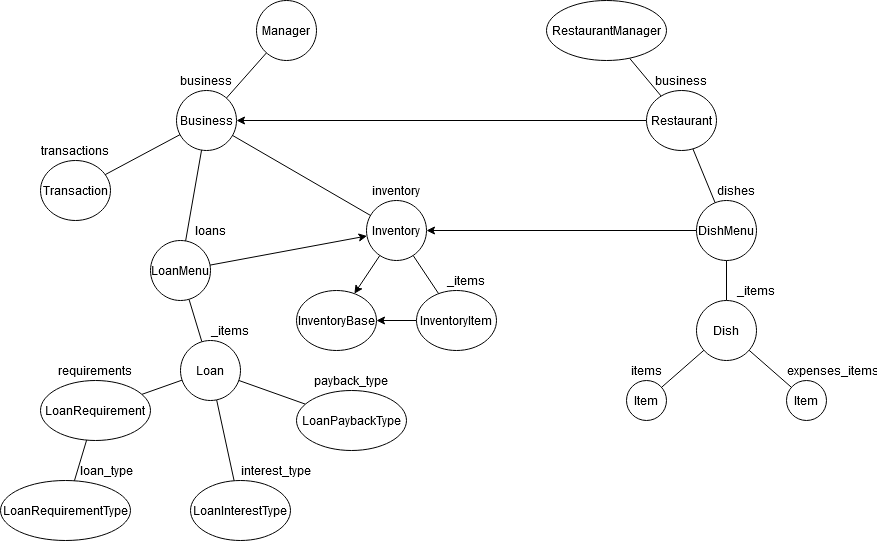
thegamecracks/spaghetto-restaurant-manager keeps this draw.io diagram as images/wiki/SpaghettoER.png. Above is the earlier version. Source tidied: cells renumbered, new cells last; positions are measured from the earlier drawing's top-left corner, leaving out a move shared by most shapes. The source it was exported from:
```xml
<mxGraphModel>
  <root>
    <mxCell id="0" />
    <mxCell id="1" parent="0" />
    <mxCell id="2" style="edgeStyle=none;rounded=0;jettySize=auto;html=1;endArrow=ERone;endFill=0;" parent="1" edge="1" source="3" target="7">
      <mxGeometry relative="1" as="geometry" />
    </mxCell>
    <mxCell id="3" value="Manager" style="ellipse;whiteSpace=wrap;html=1;" parent="1" vertex="1">
      <mxGeometry x="256" width="60" height="60" as="geometry" />
    </mxCell>
    <mxCell id="4" style="rounded=0;jettySize=auto;html=1;endArrow=ERone;endFill=0;" parent="1" edge="1" source="7" target="11">
      <mxGeometry relative="1" as="geometry" />
    </mxCell>
    <mxCell id="5" style="edgeStyle=none;rounded=0;jettySize=auto;html=1;endArrow=ERzeroToMany;endFill=1;" parent="1" edge="1" source="7" target="8">
      <mxGeometry relative="1" as="geometry" />
    </mxCell>
    <mxCell id="6" style="edgeStyle=none;rounded=0;jettySize=auto;html=1;endArrow=ERone;endFill=0;" parent="1" edge="1" source="7" target="17">
      <mxGeometry relative="1" as="geometry" />
    </mxCell>
    <mxCell id="7" value="Business" style="ellipse;whiteSpace=wrap;html=1;" parent="1" vertex="1">
      <mxGeometry x="176" y="90" width="60" height="60" as="geometry" />
    </mxCell>
    <mxCell id="8" value="Transaction" style="ellipse;whiteSpace=wrap;html=1;" parent="1" vertex="1">
      <mxGeometry x="40" y="160" width="70" height="60" as="geometry" />
    </mxCell>
    <mxCell id="9" style="edgeStyle=none;rounded=0;jettySize=auto;html=1;endArrow=classic;endFill=1;" parent="1" edge="1" source="11" target="12">
      <mxGeometry relative="1" as="geometry" />
    </mxCell>
    <mxCell id="10" style="edgeStyle=none;rounded=0;jettySize=auto;html=1;endArrow=ERzeroToMany;endFill=1;" parent="1" edge="1" source="11" target="14">
      <mxGeometry relative="1" as="geometry" />
    </mxCell>
    <mxCell id="11" value="Inventory" style="ellipse;whiteSpace=wrap;html=1;" parent="1" vertex="1">
      <mxGeometry x="366" y="200" width="60" height="60" as="geometry" />
    </mxCell>
    <mxCell id="12" value="InventoryBase" style="ellipse;whiteSpace=wrap;html=1;" parent="1" vertex="1">
      <mxGeometry x="296" y="290" width="80" height="60" as="geometry" />
    </mxCell>
    <mxCell id="13" style="edgeStyle=none;rounded=0;jettySize=auto;html=1;startArrow=none;startFill=0;endArrow=classic;endFill=1;" parent="1" edge="1" source="14" target="12">
      <mxGeometry relative="1" as="geometry" />
    </mxCell>
    <mxCell id="14" value="InventoryItem" style="ellipse;whiteSpace=wrap;html=1;" parent="1" vertex="1">
      <mxGeometry x="416" y="290" width="80" height="60" as="geometry" />
    </mxCell>
    <mxCell id="15" style="edgeStyle=none;rounded=0;jettySize=auto;html=1;endArrow=ERzeroToMany;endFill=1;" parent="1" edge="1" source="17" target="21">
      <mxGeometry relative="1" as="geometry" />
    </mxCell>
    <mxCell id="16" style="edgeStyle=none;rounded=0;jettySize=auto;html=1;startArrow=none;startFill=0;endArrow=classic;endFill=1;" parent="1" edge="1" source="17" target="11">
      <mxGeometry relative="1" as="geometry" />
    </mxCell>
    <mxCell id="17" value="LoanMenu" style="ellipse;whiteSpace=wrap;html=1;" parent="1" vertex="1">
      <mxGeometry x="150" y="240" width="60" height="60" as="geometry" />
    </mxCell>
    <mxCell id="18" style="edgeStyle=none;rounded=0;jettySize=auto;html=1;endArrow=ERzeroToOne;endFill=1;" parent="1" edge="1" source="21" target="25">
      <mxGeometry relative="1" as="geometry" />
    </mxCell>
    <mxCell id="19" style="edgeStyle=none;rounded=0;jettySize=auto;html=1;endArrow=ERzeroToOne;endFill=1;" parent="1" edge="1" source="21" target="26">
      <mxGeometry relative="1" as="geometry" />
    </mxCell>
    <mxCell id="20" style="edgeStyle=none;rounded=0;jettySize=auto;html=1;endArrow=ERzeroToMany;endFill=1;" parent="1" edge="1" source="21" target="23">
      <mxGeometry relative="1" as="geometry" />
    </mxCell>
    <mxCell id="21" value="Loan" style="ellipse;whiteSpace=wrap;html=1;" parent="1" vertex="1">
      <mxGeometry x="180" y="340" width="60" height="60" as="geometry" />
    </mxCell>
    <mxCell id="22" style="edgeStyle=none;rounded=0;jettySize=auto;html=1;endArrow=ERone;endFill=0;" parent="1" edge="1" source="23" target="24">
      <mxGeometry relative="1" as="geometry" />
    </mxCell>
    <mxCell id="23" value="LoanRequirement" style="ellipse;whiteSpace=wrap;html=1;" parent="1" vertex="1">
      <mxGeometry x="40" y="380" width="110" height="60" as="geometry" />
    </mxCell>
    <mxCell id="24" value="LoanRequirementType" style="ellipse;whiteSpace=wrap;html=1;" parent="1" vertex="1">
      <mxGeometry y="480" width="130" height="60" as="geometry" />
    </mxCell>
    <mxCell id="25" value="LoanPaybackType" style="ellipse;whiteSpace=wrap;html=1;" parent="1" vertex="1">
      <mxGeometry x="296" y="390" width="110" height="60" as="geometry" />
    </mxCell>
    <mxCell id="26" value="LoanInterestType" style="ellipse;whiteSpace=wrap;html=1;" parent="1" vertex="1">
      <mxGeometry x="190" y="480" width="100" height="60" as="geometry" />
    </mxCell>
    <mxCell id="27" style="edgeStyle=none;rounded=0;jettySize=auto;html=1;endArrow=ERone;endFill=0;" parent="1" edge="1" source="28" target="31">
      <mxGeometry relative="1" as="geometry" />
    </mxCell>
    <mxCell id="28" value="RestaurantManager" style="ellipse;whiteSpace=wrap;html=1;" parent="1" vertex="1">
      <mxGeometry x="546" width="120" height="60" as="geometry" />
    </mxCell>
    <mxCell id="29" style="edgeStyle=none;rounded=0;jettySize=auto;html=1;endArrow=classic;endFill=1;" parent="1" edge="1" source="31" target="7">
      <mxGeometry relative="1" as="geometry" />
    </mxCell>
    <mxCell id="30" style="edgeStyle=none;rounded=0;jettySize=auto;html=1;startArrow=none;startFill=0;endArrow=ERone;endFill=0;" parent="1" edge="1" source="31" target="34">
      <mxGeometry relative="1" as="geometry" />
    </mxCell>
    <mxCell id="31" value="Restaurant" style="ellipse;whiteSpace=wrap;html=1;" parent="1" vertex="1">
      <mxGeometry x="646" y="90" width="70" height="60" as="geometry" />
    </mxCell>
    <mxCell id="32" style="edgeStyle=none;rounded=0;jettySize=auto;html=1;endArrow=ERzeroToMany;endFill=1;" parent="1" edge="1" source="34" target="37">
      <mxGeometry relative="1" as="geometry" />
    </mxCell>
    <mxCell id="33" style="edgeStyle=none;rounded=0;jettySize=auto;html=1;startArrow=none;startFill=0;endArrow=classic;endFill=1;" parent="1" edge="1" source="34" target="11">
      <mxGeometry relative="1" as="geometry" />
    </mxCell>
    <mxCell id="34" value="DishMenu" style="ellipse;whiteSpace=wrap;html=1;" parent="1" vertex="1">
      <mxGeometry x="696" y="200" width="60" height="60" as="geometry" />
    </mxCell>
    <mxCell id="35" style="edgeStyle=none;rounded=0;jettySize=auto;html=1;startArrow=none;startFill=0;endArrow=ERzeroToMany;endFill=1;" parent="1" edge="1" source="37" target="38">
      <mxGeometry relative="1" as="geometry" />
    </mxCell>
    <mxCell id="36" style="edgeStyle=none;rounded=0;jettySize=auto;html=1;startArrow=none;startFill=0;endArrow=ERzeroToMany;endFill=1;" parent="1" edge="1" source="37" target="39">
      <mxGeometry relative="1" as="geometry" />
    </mxCell>
    <mxCell id="37" value="Dish" style="ellipse;whiteSpace=wrap;html=1;" parent="1" vertex="1">
      <mxGeometry x="696" y="300" width="60" height="60" as="geometry" />
    </mxCell>
    <mxCell id="38" value="Item" style="ellipse;whiteSpace=wrap;html=1;" parent="1" vertex="1">
      <mxGeometry x="626" y="380" width="40" height="40" as="geometry" />
    </mxCell>
    <mxCell id="39" value="Item" style="ellipse;whiteSpace=wrap;html=1;" parent="1" vertex="1">
      <mxGeometry x="786" y="380" width="40" height="40" as="geometry" />
    </mxCell>
    <mxCell id="40" value="business" style="text;html=1;strokeColor=none;fillColor=none;align=center;verticalAlign=middle;whiteSpace=wrap;rounded=0;" parent="1" vertex="1">
      <mxGeometry x="186" y="70" width="40" height="20" as="geometry" />
    </mxCell>
    <mxCell id="41" value="transactions" style="text;html=1;strokeColor=none;fillColor=none;align=center;verticalAlign=middle;whiteSpace=wrap;rounded=0;" parent="1" vertex="1">
      <mxGeometry x="55" y="140" width="40" height="20" as="geometry" />
    </mxCell>
    <mxCell id="42" value="inventory" style="text;html=1;strokeColor=none;fillColor=none;align=center;verticalAlign=middle;whiteSpace=wrap;rounded=0;" parent="1" vertex="1">
      <mxGeometry x="376" y="180" width="40" height="20" as="geometry" />
    </mxCell>
    <mxCell id="43" value="_items" style="text;html=1;strokeColor=none;fillColor=none;align=center;verticalAlign=middle;whiteSpace=wrap;rounded=0;" parent="1" vertex="1">
      <mxGeometry x="446" y="270" width="40" height="20" as="geometry" />
    </mxCell>
    <mxCell id="44" value="loans" style="text;html=1;strokeColor=none;fillColor=none;align=center;verticalAlign=middle;whiteSpace=wrap;rounded=0;" parent="1" vertex="1">
      <mxGeometry x="190" y="220" width="40" height="20" as="geometry" />
    </mxCell>
    <mxCell id="45" value="_items" style="text;html=1;strokeColor=none;fillColor=none;align=center;verticalAlign=middle;whiteSpace=wrap;rounded=0;" parent="1" vertex="1">
      <mxGeometry x="210" y="320" width="40" height="20" as="geometry" />
    </mxCell>
    <mxCell id="46" value="requirements" style="text;html=1;strokeColor=none;fillColor=none;align=center;verticalAlign=middle;whiteSpace=wrap;rounded=0;" parent="1" vertex="1">
      <mxGeometry x="75" y="360" width="40" height="20" as="geometry" />
    </mxCell>
    <mxCell id="47" value="loan_type" style="text;html=1;strokeColor=none;fillColor=none;align=center;verticalAlign=middle;whiteSpace=wrap;rounded=0;" parent="1" vertex="1">
      <mxGeometry x="86" y="460" width="40" height="20" as="geometry" />
    </mxCell>
    <mxCell id="48" value="interest_type" style="text;html=1;strokeColor=none;fillColor=none;align=center;verticalAlign=middle;whiteSpace=wrap;rounded=0;" parent="1" vertex="1">
      <mxGeometry x="256" y="460" width="40" height="20" as="geometry" />
    </mxCell>
    <mxCell id="49" value="payback_type" style="text;html=1;strokeColor=none;fillColor=none;align=center;verticalAlign=middle;whiteSpace=wrap;rounded=0;" parent="1" vertex="1">
      <mxGeometry x="331" y="370" width="40" height="20" as="geometry" />
    </mxCell>
    <mxCell id="50" value="business" style="text;html=1;strokeColor=none;fillColor=none;align=center;verticalAlign=middle;whiteSpace=wrap;rounded=0;" parent="1" vertex="1">
      <mxGeometry x="661" y="70" width="40" height="20" as="geometry" />
    </mxCell>
    <mxCell id="51" value="dishes" style="text;html=1;strokeColor=none;fillColor=none;align=center;verticalAlign=middle;whiteSpace=wrap;rounded=0;" parent="1" vertex="1">
      <mxGeometry x="716" y="180" width="40" height="20" as="geometry" />
    </mxCell>
    <mxCell id="52" value="_items" style="text;html=1;strokeColor=none;fillColor=none;align=center;verticalAlign=middle;whiteSpace=wrap;rounded=0;" parent="1" vertex="1">
      <mxGeometry x="736" y="280" width="40" height="20" as="geometry" />
    </mxCell>
    <mxCell id="53" value="items" style="text;html=1;strokeColor=none;fillColor=none;align=center;verticalAlign=middle;whiteSpace=wrap;rounded=0;" parent="1" vertex="1">
      <mxGeometry x="626" y="360" width="40" height="20" as="geometry" />
    </mxCell>
    <mxCell id="54" value="expenses_items" style="text;html=1;strokeColor=none;fillColor=none;align=center;verticalAlign=middle;whiteSpace=wrap;rounded=0;" parent="1" vertex="1">
      <mxGeometry x="813" y="360" width="40" height="20" as="geometry" />
    </mxCell>
  </root>
</mxGraphModel>
```
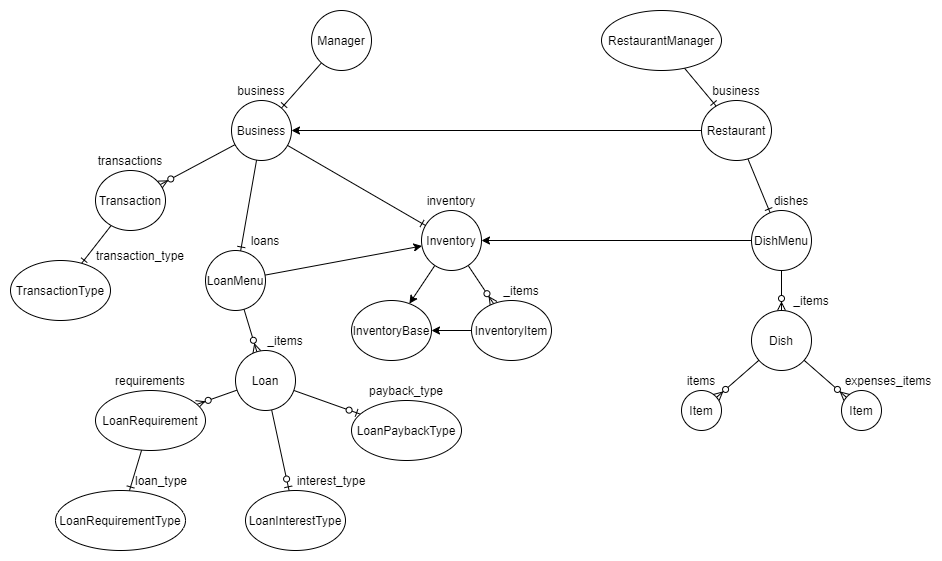
The same file after the commit.

The edit, as a diff of the source:
```diff
@@ -1,4 +1,4 @@
-<mxGraphModel>
+<mxGraphModel math="1">
   <root>
     <mxCell id="0" />
     <mxCell id="1" parent="0" />
@@ -20,6 +20,9 @@
     <mxCell id="7" value="Business" style="ellipse;whiteSpace=wrap;html=1;" parent="1" vertex="1">
       <mxGeometry x="176" y="90" width="60" height="60" as="geometry" />
     </mxCell>
+    <mxCell id="55" style="rounded=0;jettySize=auto;html=1;endArrow=ERone;endFill=0;" parent="1" edge="1" source="8" target="65">
+      <mxGeometry relative="1" as="geometry" />
+    </mxCell>
     <mxCell id="8" value="Transaction" style="ellipse;whiteSpace=wrap;html=1;" parent="1" vertex="1">
       <mxGeometry x="40" y="160" width="70" height="60" as="geometry" />
     </mxCell>
@@ -101,39 +104,39 @@
     <mxCell id="34" value="DishMenu" style="ellipse;whiteSpace=wrap;html=1;" parent="1" vertex="1">
       <mxGeometry x="696" y="200" width="60" height="60" as="geometry" />
     </mxCell>
-    <mxCell id="35" style="edgeStyle=none;rounded=0;jettySize=auto;html=1;startArrow=none;startFill=0;endArrow=ERzeroToMany;endFill=1;" parent="1" edge="1" source="37" target="38">
-      <mxGeometry relative="1" as="geometry" />
-    </mxCell>
-    <mxCell id="36" style="edgeStyle=none;rounded=0;jettySize=auto;html=1;startArrow=none;startFill=0;endArrow=ERzeroToMany;endFill=1;" parent="1" edge="1" source="37" target="39">
-      <mxGeometry relative="1" as="geometry" />
-    </mxCell>
+    <mxCell id="56" style="edgeStyle=none;rounded=0;jettySize=auto;html=1;startArrow=none;startFill=0;endArrow=ERzeroToMany;endFill=1;" parent="1" edge="1" source="37" target="58">
+      <mxGeometry relative="1" as="geometry" />
+    </mxCell>
+    <mxCell id="57" style="edgeStyle=none;rounded=0;jettySize=auto;html=1;startArrow=none;startFill=0;endArrow=ERzeroToMany;endFill=1;" parent="1" edge="1" source="37" target="59">
+      <mxGeometry relative="1" as="geometry" />
+    </mxCell>
     <mxCell id="37" value="Dish" style="ellipse;whiteSpace=wrap;html=1;" parent="1" vertex="1">
       <mxGeometry x="696" y="300" width="60" height="60" as="geometry" />
     </mxCell>
-    <mxCell id="38" value="Item" style="ellipse;whiteSpace=wrap;html=1;" parent="1" vertex="1">
-      <mxGeometry x="626" y="380" width="40" height="40" as="geometry" />
-    </mxCell>
-    <mxCell id="39" value="Item" style="ellipse;whiteSpace=wrap;html=1;" parent="1" vertex="1">
-      <mxGeometry x="786" y="380" width="40" height="40" as="geometry" />
-    </mxCell>
-    <mxCell id="40" value="business" style="text;html=1;strokeColor=none;fillColor=none;align=center;verticalAlign=middle;whiteSpace=wrap;rounded=0;" parent="1" vertex="1">
-      <mxGeometry x="186" y="70" width="40" height="20" as="geometry" />
-    </mxCell>
+    <mxCell id="58" value="Item" style="ellipse;whiteSpace=wrap;html=1;" parent="1" vertex="1">
+      <mxGeometry x="626" y="380" width="40" height="40" as="geometry" />
+    </mxCell>
+    <mxCell id="59" value="Item" style="ellipse;whiteSpace=wrap;html=1;" parent="1" vertex="1">
+      <mxGeometry x="786" y="380" width="40" height="40" as="geometry" />
+    </mxCell>
+    <mxCell id="60" value="business" style="text;html=1;strokeColor=none;fillColor=none;align=center;verticalAlign=middle;whiteSpace=wrap;rounded=0;" parent="1" vertex="1">
+      <mxGeometry x="186" y="70" width="40" height="20" as="geometry" />
+    </mxCell>
     <mxCell id="41" value="transactions" style="text;html=1;strokeColor=none;fillColor=none;align=center;verticalAlign=middle;whiteSpace=wrap;rounded=0;" parent="1" vertex="1">
       <mxGeometry x="55" y="140" width="40" height="20" as="geometry" />
     </mxCell>
     <mxCell id="42" value="inventory" style="text;html=1;strokeColor=none;fillColor=none;align=center;verticalAlign=middle;whiteSpace=wrap;rounded=0;" parent="1" vertex="1">
       <mxGeometry x="376" y="180" width="40" height="20" as="geometry" />
     </mxCell>
-    <mxCell id="43" value="_items" style="text;html=1;strokeColor=none;fillColor=none;align=center;verticalAlign=middle;whiteSpace=wrap;rounded=0;" parent="1" vertex="1">
-      <mxGeometry x="446" y="270" width="40" height="20" as="geometry" />
-    </mxCell>
+    <mxCell id="61" value="_items" style="text;html=1;strokeColor=none;fillColor=none;align=center;verticalAlign=middle;whiteSpace=wrap;rounded=0;" parent="1" vertex="1">
+      <mxGeometry x="446" y="270" width="40" height="20" as="geometry" />
+    </mxCell>
     <mxCell id="44" value="loans" style="text;html=1;strokeColor=none;fillColor=none;align=center;verticalAlign=middle;whiteSpace=wrap;rounded=0;" parent="1" vertex="1">
       <mxGeometry x="190" y="220" width="40" height="20" as="geometry" />
     </mxCell>
-    <mxCell id="45" value="_items" style="text;html=1;strokeColor=none;fillColor=none;align=center;verticalAlign=middle;whiteSpace=wrap;rounded=0;" parent="1" vertex="1">
-      <mxGeometry x="210" y="320" width="40" height="20" as="geometry" />
-    </mxCell>
+    <mxCell id="62" value="_items" style="text;html=1;strokeColor=none;fillColor=none;align=center;verticalAlign=middle;whiteSpace=wrap;rounded=0;" parent="1" vertex="1">
+      <mxGeometry x="210" y="320" width="40" height="20" as="geometry" />
+    </mxCell>
     <mxCell id="46" value="requirements" style="text;html=1;strokeColor=none;fillColor=none;align=center;verticalAlign=middle;whiteSpace=wrap;rounded=0;" parent="1" vertex="1">
       <mxGeometry x="75" y="360" width="40" height="20" as="geometry" />
     </mxCell>
@@ -146,20 +149,26 @@
     <mxCell id="49" value="payback_type" style="text;html=1;strokeColor=none;fillColor=none;align=center;verticalAlign=middle;whiteSpace=wrap;rounded=0;" parent="1" vertex="1">
       <mxGeometry x="331" y="370" width="40" height="20" as="geometry" />
     </mxCell>
-    <mxCell id="50" value="business" style="text;html=1;strokeColor=none;fillColor=none;align=center;verticalAlign=middle;whiteSpace=wrap;rounded=0;" parent="1" vertex="1">
-      <mxGeometry x="661" y="70" width="40" height="20" as="geometry" />
-    </mxCell>
+    <mxCell id="63" value="business" style="text;html=1;strokeColor=none;fillColor=none;align=center;verticalAlign=middle;whiteSpace=wrap;rounded=0;" parent="1" vertex="1">
+      <mxGeometry x="661" y="70" width="40" height="20" as="geometry" />
+    </mxCell>
     <mxCell id="51" value="dishes" style="text;html=1;strokeColor=none;fillColor=none;align=center;verticalAlign=middle;whiteSpace=wrap;rounded=0;" parent="1" vertex="1">
       <mxGeometry x="716" y="180" width="40" height="20" as="geometry" />
     </mxCell>
-    <mxCell id="52" value="_items" style="text;html=1;strokeColor=none;fillColor=none;align=center;verticalAlign=middle;whiteSpace=wrap;rounded=0;" parent="1" vertex="1">
-      <mxGeometry x="736" y="280" width="40" height="20" as="geometry" />
-    </mxCell>
+    <mxCell id="64" value="_items" style="text;html=1;strokeColor=none;fillColor=none;align=center;verticalAlign=middle;whiteSpace=wrap;rounded=0;" parent="1" vertex="1">
+      <mxGeometry x="736" y="280" width="40" height="20" as="geometry" />
+    </mxCell>
     <mxCell id="53" value="items" style="text;html=1;strokeColor=none;fillColor=none;align=center;verticalAlign=middle;whiteSpace=wrap;rounded=0;" parent="1" vertex="1">
       <mxGeometry x="626" y="360" width="40" height="20" as="geometry" />
     </mxCell>
     <mxCell id="54" value="expenses_items" style="text;html=1;strokeColor=none;fillColor=none;align=center;verticalAlign=middle;whiteSpace=wrap;rounded=0;" parent="1" vertex="1">
       <mxGeometry x="813" y="360" width="40" height="20" as="geometry" />
     </mxCell>
+    <mxCell id="65" value="TransactionType" style="ellipse;whiteSpace=wrap;html=1;" parent="1" vertex="1">
+      <mxGeometry x="-45" y="250" width="100" height="60" as="geometry" />
+    </mxCell>
+    <mxCell id="66" value="transaction_type" style="text;html=1;strokeColor=none;fillColor=none;align=center;verticalAlign=middle;whiteSpace=wrap;rounded=0;" parent="1" vertex="1">
+      <mxGeometry x="65" y="235" width="40" height="20" as="geometry" />
+    </mxCell>
   </root>
 </mxGraphModel>
```
